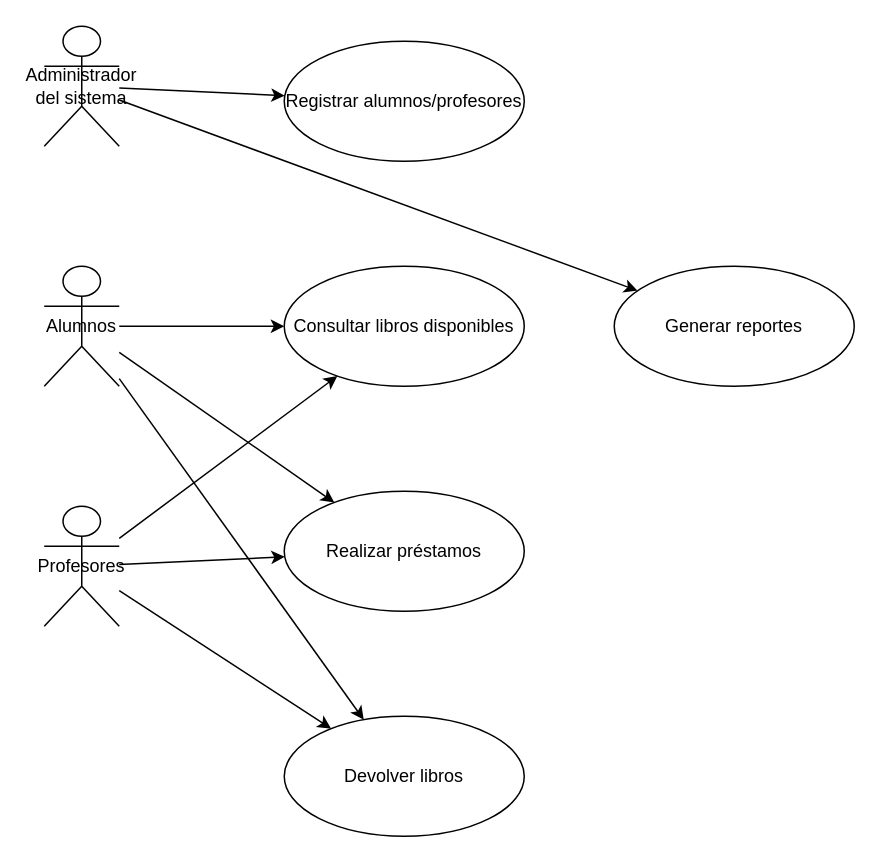
Before: Diagrama Caso de Uso.drawio in Memo231823/ProyectoFinal9no, a draw.io diagram. Source tidied: cells renumbered, new cells numbered last; positions are measured from the earlier drawing's top-left corner, leaving out a move shared by most shapes. Both pictures are drawn from the tidied source at 150%, with x=0, y=0 at pixel (44, 26).
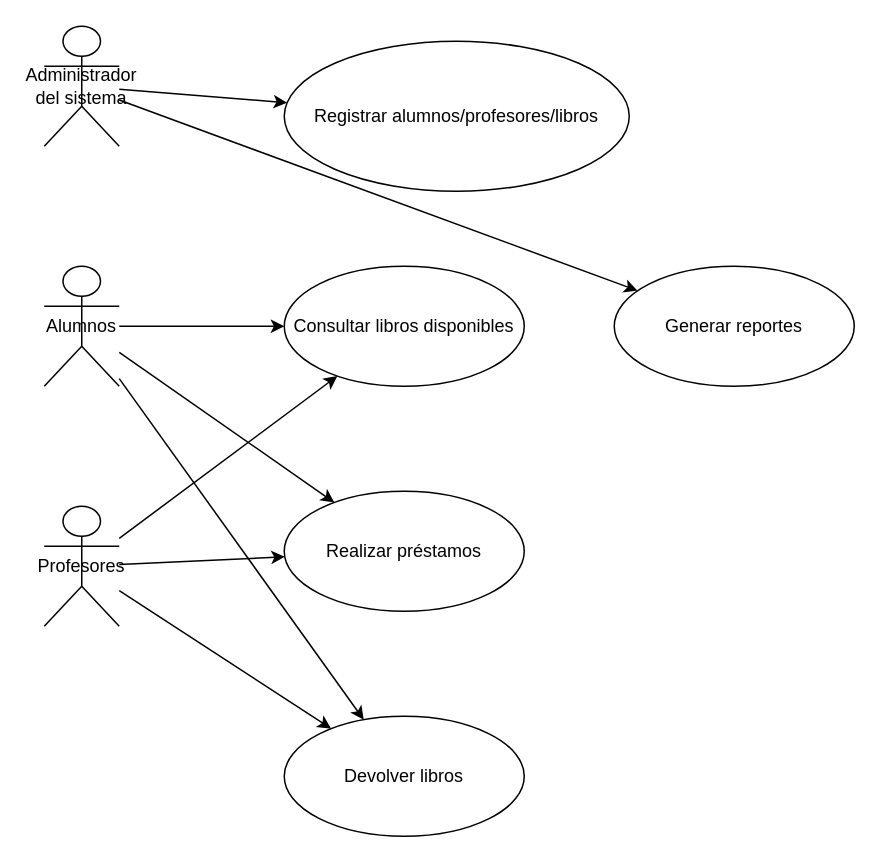
The same page after the edit.

Diff of the diagram source:
```diff
@@
 <mxGraphModel>
   <root>
     <mxCell id="0" />
     <mxCell id="1" parent="0" />
     <mxCell id="2" value="Administrador del sistema" style="shape=umlActor;whiteSpace=wrap;html=1;" parent="1" vertex="1">
       <mxGeometry width="50" height="80" as="geometry" />
     </mxCell>
     <mxCell id="3" value="Alumnos" style="shape=umlActor;whiteSpace=wrap;html=1;" parent="1" vertex="1">
       <mxGeometry y="160" width="50" height="80" as="geometry" />
     </mxCell>
     <mxCell id="4" value="Profesores" style="shape=umlActor;whiteSpace=wrap;html=1;" parent="1" vertex="1">
       <mxGeometry y="320" width="50" height="80" as="geometry" />
     </mxCell>
-    <mxCell id="5" value="Registrar alumnos/profesores" style="ellipse;whiteSpace=wrap;html=1;" parent="1" vertex="1">
-      <mxGeometry x="160" y="10" width="160" height="80" as="geometry" />
+    <mxCell id="5" value="Registrar alumnos/profesores/libros" style="ellipse;whiteSpace=wrap;html=1;" parent="1" vertex="1">
+      <mxGeometry x="160" y="10" width="230" height="100" as="geometry" />
     </mxCell>
     <mxCell id="6" value="Consultar libros disponibles" style="ellipse;whiteSpace=wrap;html=1;" parent="1" vertex="1">
       <mxGeometry x="160" y="160" width="160" height="80" as="geometry" />
     </mxCell>
     <mxCell id="7" value="Realizar préstamos" style="ellipse;whiteSpace=wrap;html=1;" parent="1" vertex="1">
       <mxGeometry x="160" y="310" width="160" height="80" as="geometry" />
     </mxCell>
     <mxCell id="8" value="Devolver libros" style="ellipse;whiteSpace=wrap;html=1;" parent="1" vertex="1">
       <mxGeometry x="160" y="460" width="160" height="80" as="geometry" />
     </mxCell>
     <mxCell id="9" value="Generar reportes" style="ellipse;whiteSpace=wrap;html=1;" parent="1" vertex="1">
       <mxGeometry x="380" y="160" width="160" height="80" as="geometry" />
     </mxCell>
     <mxCell id="10" parent="1" edge="1" source="2" target="5">
       <mxGeometry relative="1" as="geometry" />
     </mxCell>
     <mxCell id="11" parent="1" edge="1" source="2" target="9">
       <mxGeometry relative="1" as="geometry" />
     </mxCell>
     <mxCell id="12" parent="1" edge="1" source="3" target="7">
       <mxGeometry relative="1" as="geometry" />
     </mxCell>
     <mxCell id="13" parent="1" edge="1" source="3" target="6">
       <mxGeometry relative="1" as="geometry" />
     </mxCell>
     <mxCell id="14" parent="1" edge="1" source="4" target="7">
       <mxGeometry relative="1" as="geometry" />
     </mxCell>
     <mxCell id="15" parent="1" edge="1" source="4" target="6">
       <mxGeometry relative="1" as="geometry" />
     </mxCell>
     <mxCell id="16" parent="1" edge="1" source="3" target="8">
       <mxGeometry relative="1" as="geometry" />
     </mxCell>
     <mxCell id="17" parent="1" edge="1" source="4" target="8">
       <mxGeometry relative="1" as="geometry" />
     </mxCell>
   </root>
 </mxGraphModel>
```
